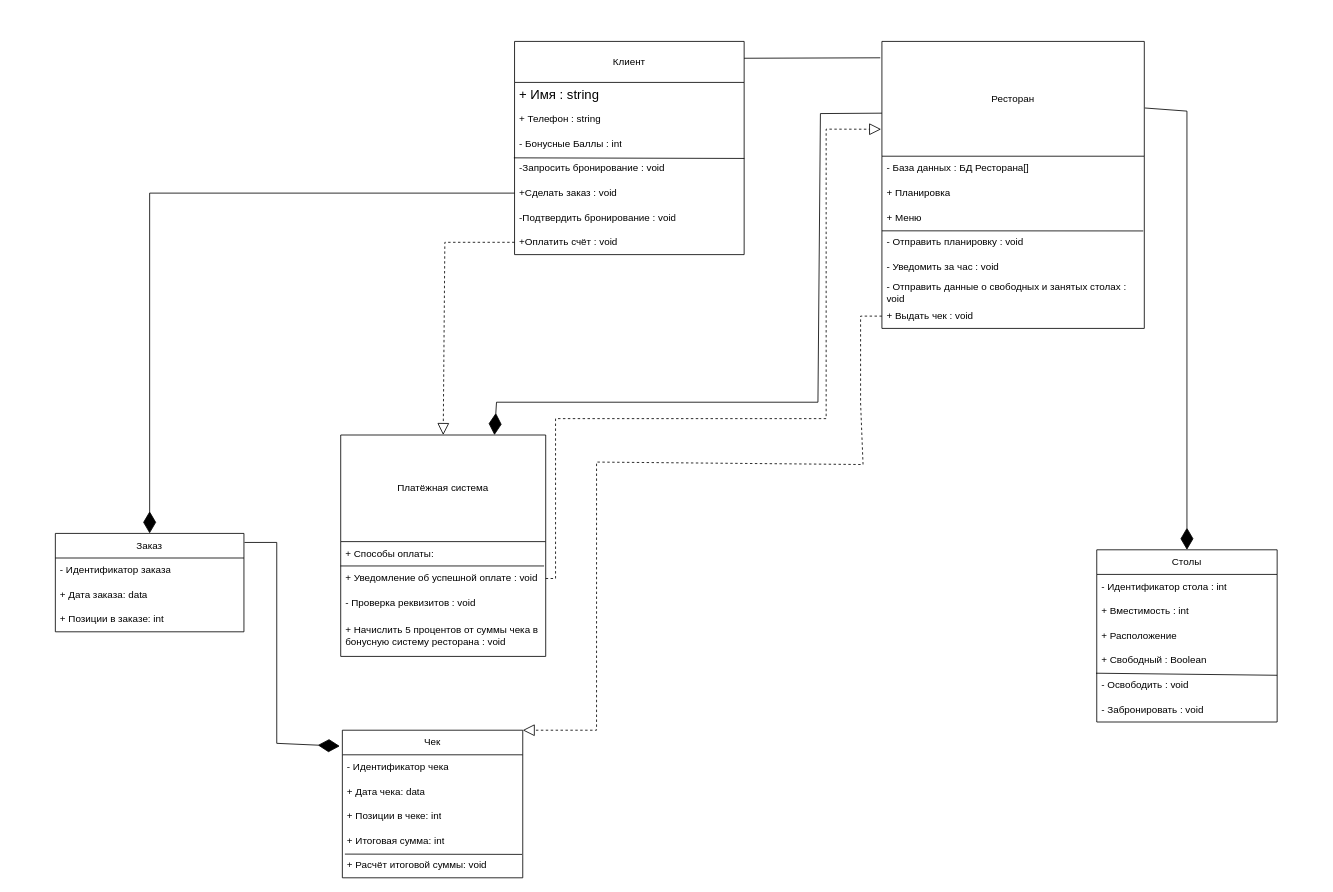
Before: Диаграмма классов.drawio in Crecker24/kursach, a draw.io diagram. Source tidied: cells renumbered, new cells numbered last; positions are measured from the earlier drawing's top-left corner, leaving out a move shared by most shapes. Both pictures are drawn from the tidied source at 82%, with x=0, y=0 at pixel (55, 41).
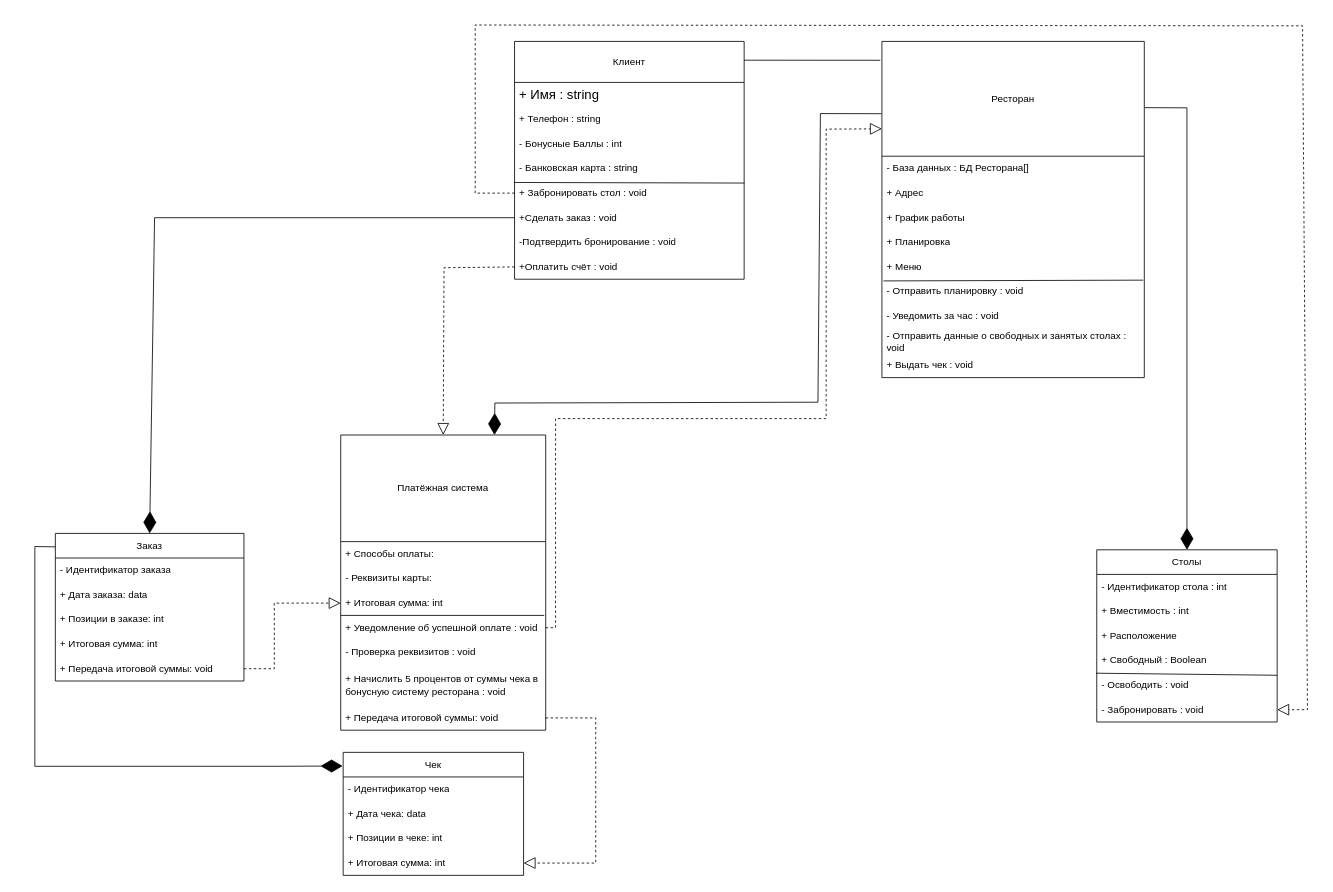
Above is the later version.

The change refers to these unchanged cells:
```xml
<mxCell id="21" value="+ Способы оплаты:" style="text;strokeColor=none;fillColor=none;align=left;verticalAlign=middle;spacingLeft=4;spacingRight=4;overflow=hidden;points=[[0,0.5],[1,0.5]];portConstraint=eastwest;whiteSpace=wrap;html=1;" parent="20" vertex="1">
  <mxGeometry y="130" width="250" height="30" as="geometry" />
</mxCell>
<mxCell id="30" value="+ Итоговая сумма: int" style="text;strokeColor=none;fillColor=none;align=left;verticalAlign=middle;spacingLeft=4;spacingRight=4;overflow=hidden;points=[[0,0.5],[1,0.5]];portConstraint=eastwest;whiteSpace=wrap;html=1;" parent="26" vertex="1">
  <mxGeometry y="120" width="220" height="30" as="geometry" />
</mxCell>
<mxCell id="33" value="Столы" style="swimlane;fontStyle=0;horizontal=1;startSize=30;whiteSpace=wrap;html=1;" parent="1" vertex="1">
  <mxGeometry x="1270" y="620" width="220" height="210" as="geometry" />
</mxCell>
<mxCell id="39" value="- Освободить : void" style="text;strokeColor=none;fillColor=none;align=left;verticalAlign=middle;spacingLeft=4;spacingRight=4;overflow=hidden;points=[[0,0.5],[1,0.5]];portConstraint=eastwest;whiteSpace=wrap;html=1;" parent="33" vertex="1">
  <mxGeometry y="150" width="220" height="30" as="geometry" />
</mxCell>
<mxCell id="40" value="- Забронировать : void" style="text;strokeColor=none;fillColor=none;align=left;verticalAlign=middle;spacingLeft=4;spacingRight=4;overflow=hidden;points=[[0,0.5],[1,0.5]];portConstraint=eastwest;whiteSpace=wrap;html=1;" parent="33" vertex="1">
  <mxGeometry y="180" width="220" height="30" as="geometry" />
</mxCell>
```

Change to the diagram source:
```diff
@@
     <mxCell id="2" value="Клиент" style="swimlane;fontStyle=0;horizontal=1;startSize=50;whiteSpace=wrap;html=1;" parent="1" vertex="1">
-      <mxGeometry x="560" width="280" height="260" as="geometry" />
+      <mxGeometry x="560" width="280" height="290" as="geometry" />
     </mxCell>
@@
-    <mxCell id="6" value="-Запросить бронирование : void" style="text;strokeColor=none;fillColor=none;align=left;verticalAlign=middle;spacingLeft=4;spacingRight=4;overflow=hidden;points=[[0,0.5],[1,0.5]];portConstraint=eastwest;whiteSpace=wrap;html=1;labelBorderColor=none;" parent="2" vertex="1">
-      <mxGeometry y="140" width="280" height="30" as="geometry" />
-    </mxCell>
+    <mxCell id="53" value="- Банковская карта : string" style="text;strokeColor=none;fillColor=none;align=left;verticalAlign=middle;spacingLeft=4;spacingRight=4;overflow=hidden;whiteSpace=wrap;html=1;" parent="2" vertex="1">
+      <mxGeometry y="140" width="280" height="30" as="geometry" />
+    </mxCell>
+    <mxCell id="54" value="+ Забронировать стол : void" style="text;strokeColor=none;fillColor=none;align=left;verticalAlign=middle;spacingLeft=4;spacingRight=4;overflow=hidden;points=[[0,0.5],[1,0.5]];portConstraint=eastwest;whiteSpace=wrap;html=1;labelBorderColor=none;" parent="2" vertex="1">
+      <mxGeometry y="170" width="280" height="30" as="geometry" />
+    </mxCell>
     <mxCell id="7" value="+Сделать заказ : void" style="text;strokeColor=none;fillColor=none;align=left;verticalAlign=middle;spacingLeft=4;spacingRight=4;overflow=hidden;points=[[0,0.5],[1,0.5]];portConstraint=eastwest;whiteSpace=wrap;html=1;" parent="2" vertex="1">
-      <mxGeometry y="170" width="280" height="30" as="geometry" />
+      <mxGeometry y="200" width="280" height="30" as="geometry" />
     </mxCell>
     <mxCell id="8" value="-Подтвердить бронирование : void" style="text;strokeColor=none;fillColor=none;align=left;verticalAlign=middle;spacingLeft=4;spacingRight=4;overflow=hidden;whiteSpace=wrap;html=1;" parent="2" vertex="1">
-      <mxGeometry y="200" width="280" height="30" as="geometry" />
+      <mxGeometry y="230" width="280" height="30" as="geometry" />
     </mxCell>
     <mxCell id="9" value="+Оплатить счёт : void" style="text;strokeColor=none;fillColor=none;align=left;verticalAlign=middle;spacingLeft=4;spacingRight=4;overflow=hidden;points=[[0,0.5],[1,0.5]];portConstraint=eastwest;whiteSpace=wrap;html=1;" parent="2" vertex="1">
-      <mxGeometry y="230" width="280" height="30" as="geometry" />
+      <mxGeometry y="260" width="280" height="30" as="geometry" />
     </mxCell>
-    <mxCell id="10" style="endArrow=none;html=1;rounded=0;entryX=1.001;entryY=0.091;entryDx=0;entryDy=0;entryPerimeter=0;exitX=-0.003;exitY=0.067;exitDx=0;exitDy=0;exitPerimeter=0;" parent="2" edge="1" source="6" target="6">
-      <mxGeometry relative="1" as="geometry" />
-    </mxCell>
+    <mxCell id="55" style="endArrow=none;html=1;rounded=0;entryX=1.001;entryY=0.091;entryDx=0;entryDy=0;entryPerimeter=0;exitX=-0.003;exitY=0.067;exitDx=0;exitDy=0;exitPerimeter=0;" parent="2" edge="1" source="54" target="54">
+      <mxGeometry relative="1" as="geometry" />
+    </mxCell>
     <mxCell id="11" value="Ресторан" style="swimlane;fontStyle=0;horizontal=1;startSize=140;whiteSpace=wrap;html=1;" parent="1" vertex="1">
-      <mxGeometry x="1008" width="320" height="350" as="geometry" />
+      <mxGeometry x="1008" width="320" height="410" as="geometry" />
     </mxCell>
@@
+    <mxCell id="56" value="+ Адрес" style="text;strokeColor=none;fillColor=none;align=left;verticalAlign=middle;spacingLeft=4;spacingRight=4;overflow=hidden;whiteSpace=wrap;html=1;" parent="11" vertex="1">
+      <mxGeometry y="170" width="320" height="30" as="geometry" />
+    </mxCell>
+    <mxCell id="57" value="+ График работы" style="text;strokeColor=none;fillColor=none;align=left;verticalAlign=middle;spacingLeft=4;spacingRight=4;overflow=hidden;whiteSpace=wrap;html=1;" parent="11" vertex="1">
+      <mxGeometry y="200" width="320" height="30" as="geometry" />
+    </mxCell>
     <mxCell id="13" value="+ Планировка" style="text;strokeColor=none;fillColor=none;align=left;verticalAlign=middle;spacingLeft=4;spacingRight=4;overflow=hidden;whiteSpace=wrap;html=1;" parent="11" vertex="1">
-      <mxGeometry y="170" width="320" height="30" as="geometry" />
+      <mxGeometry y="230" width="320" height="30" as="geometry" />
     </mxCell>
     <mxCell id="14" value="+ Меню" style="text;strokeColor=none;fillColor=none;align=left;verticalAlign=middle;spacingLeft=4;spacingRight=4;overflow=hidden;whiteSpace=wrap;html=1;" parent="11" vertex="1">
-      <mxGeometry y="200" width="320" height="30" as="geometry" />
+      <mxGeometry y="260" width="320" height="30" as="geometry" />
     </mxCell>
-    <mxCell id="15" style="endArrow=none;html=1;rounded=0;entryX=0.996;entryY=0.038;entryDx=0;entryDy=0;entryPerimeter=0;exitX=-0.003;exitY=0.067;exitDx=0;exitDy=0;exitPerimeter=0;" parent="11" edge="1" target="16">
-      <mxGeometry relative="1" as="geometry">
-        <mxPoint y="231" as="sourcePoint" />
-      </mxGeometry>
-    </mxCell>
+    <mxCell id="58" style="endArrow=none;html=1;rounded=0;entryX=0.996;entryY=0.038;entryDx=0;entryDy=0;entryPerimeter=0;exitX=0.006;exitY=0.069;exitDx=0;exitDy=0;exitPerimeter=0;" parent="11" edge="1" source="16" target="16">
+      <mxGeometry relative="1" as="geometry" />
+    </mxCell>
     <mxCell id="16" value="- Отправить планировку : void" style="text;strokeColor=none;fillColor=none;align=left;verticalAlign=middle;spacingLeft=4;spacingRight=4;overflow=hidden;points=[[0,0.5],[1,0.5]];portConstraint=eastwest;whiteSpace=wrap;html=1;" parent="11" vertex="1">
-      <mxGeometry y="230" width="320" height="30" as="geometry" />
+      <mxGeometry y="290" width="320" height="30" as="geometry" />
     </mxCell>
     <mxCell id="17" value="- Уведомить за час : void" style="text;strokeColor=none;fillColor=none;align=left;verticalAlign=middle;spacingLeft=4;spacingRight=4;overflow=hidden;whiteSpace=wrap;html=1;" parent="11" vertex="1">
-      <mxGeometry y="260" width="320" height="30" as="geometry" />
+      <mxGeometry y="320" width="320" height="30" as="geometry" />
     </mxCell>
     <mxCell id="18" value="- Отправить данные о свободных и занятых столах&amp;nbsp;: void" style="text;strokeColor=none;fillColor=none;align=left;verticalAlign=middle;spacingLeft=4;spacingRight=4;overflow=hidden;whiteSpace=wrap;html=1;" parent="11" vertex="1">
-      <mxGeometry y="290" width="320" height="30" as="geometry" />
+      <mxGeometry y="350" width="320" height="30" as="geometry" />
     </mxCell>
     <mxCell id="19" value="+ Выдать чек : void" style="text;strokeColor=none;fillColor=none;align=left;verticalAlign=middle;spacingLeft=4;spacingRight=4;overflow=hidden;points=[[0,0.5],[1,0.5]];portConstraint=eastwest;whiteSpace=wrap;html=1;" parent="11" vertex="1">
-      <mxGeometry y="320" width="320" height="30" as="geometry" />
+      <mxGeometry y="380" width="320" height="30" as="geometry" />
     </mxCell>
     <mxCell id="20" value="Платёжная система" style="swimlane;fontStyle=0;horizontal=1;startSize=130;whiteSpace=wrap;html=1;" parent="1" vertex="1">
-      <mxGeometry x="348" y="480" width="250" height="270" as="geometry" />
+      <mxGeometry x="348" y="480" width="250" height="360" as="geometry" />
     </mxCell>
@@
-    <mxCell id="22" style="endArrow=none;html=1;rounded=0;entryX=0.992;entryY=0.99;entryDx=0;entryDy=0;entryPerimeter=0;exitX=-0.001;exitY=0.99;exitDx=0;exitDy=0;exitPerimeter=0;" parent="20" edge="1" source="21" target="21">
-      <mxGeometry relative="1" as="geometry" />
-    </mxCell>
+    <mxCell id="59" value="- Реквизиты карты:" style="text;strokeColor=none;fillColor=none;align=left;verticalAlign=middle;spacingLeft=4;spacingRight=4;overflow=hidden;whiteSpace=wrap;html=1;" parent="20" vertex="1">
+      <mxGeometry y="160" width="250" height="30" as="geometry" />
+    </mxCell>
+    <mxCell id="60" value="+ Итоговая сумма: int" style="text;strokeColor=none;fillColor=none;align=left;verticalAlign=middle;spacingLeft=4;spacingRight=4;overflow=hidden;points=[[0,0.5],[1,0.5]];portConstraint=eastwest;whiteSpace=wrap;html=1;" parent="20" vertex="1">
+      <mxGeometry y="190" width="250" height="30" as="geometry" />
+    </mxCell>
+    <mxCell id="61" style="endArrow=none;html=1;rounded=0;entryX=0.992;entryY=0.99;entryDx=0;entryDy=0;entryPerimeter=0;exitX=-0.001;exitY=0.99;exitDx=0;exitDy=0;exitPerimeter=0;" parent="20" edge="1">
+      <mxGeometry relative="1" as="geometry">
+        <mxPoint y="220" as="sourcePoint" />
+        <mxPoint x="248.2" y="220" as="targetPoint" />
+      </mxGeometry>
+    </mxCell>
     <mxCell id="23" value="+ Уведомление об успешной оплате&amp;nbsp;: void" style="text;strokeColor=none;fillColor=none;align=left;verticalAlign=middle;spacingLeft=4;spacingRight=4;overflow=hidden;points=[[0,0.5],[1,0.5]];portConstraint=eastwest;whiteSpace=wrap;html=1;" parent="20" vertex="1">
-      <mxGeometry y="160" width="250" height="30" as="geometry" />
+      <mxGeometry y="220" width="250" height="30" as="geometry" />
     </mxCell>
     <mxCell id="24" value="- Проверка реквизитов&amp;nbsp;: void" style="text;strokeColor=none;fillColor=none;align=left;verticalAlign=middle;spacingLeft=4;spacingRight=4;overflow=hidden;whiteSpace=wrap;html=1;" parent="20" vertex="1">
-      <mxGeometry y="190" width="250" height="30" as="geometry" />
+      <mxGeometry y="250" width="250" height="30" as="geometry" />
     </mxCell>
     <mxCell id="25" value="+ Начислить 5 процентов от суммы чека в бонусную систему ресторана&amp;nbsp;: void" style="text;strokeColor=none;fillColor=none;align=left;verticalAlign=middle;spacingLeft=4;spacingRight=4;overflow=hidden;whiteSpace=wrap;html=1;" parent="20" vertex="1">
-      <mxGeometry y="220" width="250" height="50" as="geometry" />
+      <mxGeometry y="280" width="250" height="50" as="geometry" />
     </mxCell>
+    <mxCell id="62" value="+ Передача итоговой суммы: void" style="text;strokeColor=none;fillColor=none;align=left;verticalAlign=middle;spacingLeft=4;spacingRight=4;overflow=hidden;points=[[0,0.5],[1,0.5]];portConstraint=eastwest;whiteSpace=wrap;html=1;" parent="20" vertex="1">
+      <mxGeometry y="330" width="250" height="30" as="geometry" />
+    </mxCell>
     <mxCell id="26" value="Чек" style="swimlane;fontStyle=0;horizontal=1;startSize=30;whiteSpace=wrap;html=1;" parent="1" vertex="1">
-      <mxGeometry x="350" y="840" width="220" height="180" as="geometry" />
+      <mxGeometry x="351" y="867" width="220" height="150" as="geometry" />
     </mxCell>
@@
-    <mxCell id="31" style="endArrow=none;html=1;rounded=0;entryX=0.996;entryY=0.048;entryDx=0;entryDy=0;entryPerimeter=0;exitX=0.014;exitY=0.036;exitDx=0;exitDy=0;exitPerimeter=0;" parent="26" edge="1" source="32" target="32">
-      <mxGeometry relative="1" as="geometry" />
-    </mxCell>
-    <mxCell id="32" value="+ Расчёт итоговой суммы: void" style="text;strokeColor=none;fillColor=none;align=left;verticalAlign=middle;spacingLeft=4;spacingRight=4;overflow=hidden;points=[[0,0.5],[1,0.5]];portConstraint=eastwest;whiteSpace=wrap;html=1;" parent="26" vertex="1">
-      <mxGeometry y="150" width="220" height="30" as="geometry" />
-    </mxCell>
@@
-    <mxCell id="38" style="endArrow=none;html=1;rounded=0;entryX=1.001;entryY=0.091;entryDx=0;entryDy=0;entryPerimeter=0;exitX=-0.004;exitY=0.016;exitDx=0;exitDy=0;exitPerimeter=0;" parent="33" edge="1" source="39">
-      <mxGeometry relative="1" as="geometry">
-        <mxPoint x="220" y="153" as="targetPoint" />
-      </mxGeometry>
-    </mxCell>
+    <mxCell id="63" style="endArrow=none;html=1;rounded=0;entryX=1.001;entryY=0.091;entryDx=0;entryDy=0;entryPerimeter=0;exitX=-0.004;exitY=0.016;exitDx=0;exitDy=0;exitPerimeter=0;" parent="33" edge="1" source="39">
+      <mxGeometry relative="1" as="geometry">
+        <mxPoint x="220" y="153" as="targetPoint" />
+      </mxGeometry>
+    </mxCell>
@@
     <mxCell id="41" value="Заказ" style="swimlane;fontStyle=0;horizontal=1;startSize=30;whiteSpace=wrap;html=1;" parent="1" vertex="1">
-      <mxGeometry y="600" width="230" height="120" as="geometry" />
+      <mxGeometry y="600" width="230" height="180" as="geometry" />
     </mxCell>
@@
-    <mxCell id="45" style="endArrow=none;html=1;rounded=0;exitX=1;exitY=0.079;exitDx=0;exitDy=0;exitPerimeter=0;" parent="1" edge="1" source="2">
-      <mxGeometry relative="1" as="geometry">
-        <mxPoint x="1006" y="20" as="targetPoint" />
-      </mxGeometry>
-    </mxCell>
+    <mxCell id="64" value="+ Итоговая сумма: int" style="text;strokeColor=none;fillColor=none;align=left;verticalAlign=middle;spacingLeft=4;spacingRight=4;overflow=hidden;whiteSpace=wrap;html=1;" parent="41" vertex="1">
+      <mxGeometry y="120" width="230" height="30" as="geometry" />
+    </mxCell>
+    <mxCell id="65" value="+ Передача итоговой суммы: void" style="text;strokeColor=none;fillColor=none;align=left;verticalAlign=middle;spacingLeft=4;spacingRight=4;overflow=hidden;whiteSpace=wrap;html=1;" parent="41" vertex="1">
+      <mxGeometry y="150" width="230" height="30" as="geometry" />
+    </mxCell>
+    <mxCell id="66" style="endArrow=block;dashed=1;endFill=0;endSize=12;html=1;rounded=0;entryX=0;entryY=0.5;entryDx=0;entryDy=0;" parent="41" edge="1" target="60">
+      <mxGeometry relative="1" as="geometry">
+        <mxPoint x="230" y="165" as="sourcePoint" />
+        <Array as="points">
+          <mxPoint x="267" y="165" />
+          <mxPoint x="267" y="85" />
+        </Array>
+      </mxGeometry>
+    </mxCell>
+    <mxCell id="67" style="endArrow=none;html=1;rounded=0;exitX=1;exitY=0.079;exitDx=0;exitDy=0;exitPerimeter=0;" parent="1" edge="1" source="2">
+      <mxGeometry relative="1" as="geometry">
+        <mxPoint x="1006" y="23" as="targetPoint" />
+      </mxGeometry>
+    </mxCell>
-    <mxCell id="46" style="endArrow=diamondThin;endFill=1;endSize=24;html=1;rounded=0;exitX=1.002;exitY=0.232;exitDx=0;exitDy=0;entryX=0.5;entryY=0;entryDx=0;entryDy=0;exitPerimeter=0;" parent="1" edge="1" source="11" target="33">
+    <mxCell id="46" style="endArrow=diamondThin;endFill=1;endSize=24;html=1;rounded=0;exitX=1.002;exitY=0.197;exitDx=0;exitDy=0;entryX=0.5;entryY=0;entryDx=0;entryDy=0;exitPerimeter=0;" parent="1" edge="1" source="11" target="33">
       <mxGeometry relative="1" as="geometry">
         <Array as="points">
-          <mxPoint x="1380" y="85" />
+          <mxPoint x="1380" y="81" />
         </Array>
       </mxGeometry>
     </mxCell>
-    <mxCell id="47" style="endArrow=diamondThin;endFill=1;endSize=24;html=1;rounded=0;exitX=1.003;exitY=0.092;exitDx=0;exitDy=0;exitPerimeter=0;entryX=-0.014;entryY=0.108;entryDx=0;entryDy=0;entryPerimeter=0;" parent="1" edge="1" source="41" target="26">
+    <mxCell id="47" style="endArrow=diamondThin;endFill=1;endSize=24;html=1;rounded=0;exitX=0;exitY=0.091;exitDx=0;exitDy=0;exitPerimeter=0;entryX=-0.003;entryY=0.111;entryDx=0;entryDy=0;entryPerimeter=0;" parent="1" edge="1" source="41" target="26">
       <mxGeometry relative="1" as="geometry">
         <Array as="points">
-          <mxPoint x="270" y="611" />
-          <mxPoint x="270" y="856" />
+          <mxPoint x="-25" y="616" />
+          <mxPoint x="-25" y="884" />
+          <mxPoint x="274" y="884" />
         </Array>
       </mxGeometry>
     </mxCell>
     <mxCell id="48" style="endArrow=diamondThin;endFill=1;endSize=24;html=1;rounded=0;exitX=0;exitY=0.5;exitDx=0;exitDy=0;entryX=0.5;entryY=0;entryDx=0;entryDy=0;" parent="1" edge="1" source="7" target="41">
       <mxGeometry relative="1" as="geometry">
         <Array as="points">
-          <mxPoint x="115" y="185" />
+          <mxPoint x="121" y="215" />
         </Array>
       </mxGeometry>
     </mxCell>
-    <mxCell id="49" style="endArrow=diamondThin;endFill=1;endSize=24;html=1;rounded=0;exitX=0;exitY=0.25;exitDx=0;exitDy=0;entryX=0.75;entryY=0;entryDx=0;entryDy=0;" parent="1" edge="1" source="11" target="20">
+    <mxCell id="49" style="endArrow=diamondThin;endFill=1;endSize=24;html=1;rounded=0;entryX=0.75;entryY=0;entryDx=0;entryDy=0;exitX=-0.002;exitY=0.215;exitDx=0;exitDy=0;exitPerimeter=0;" parent="1" edge="1" source="11" target="20">
       <mxGeometry relative="1" as="geometry">
         <Array as="points">
           <mxPoint x="933" y="88" />
           <mxPoint x="930" y="440" />
-          <mxPoint x="538" y="440" />
+          <mxPoint x="536" y="441" />
         </Array>
       </mxGeometry>
     </mxCell>
     <mxCell id="50" style="endArrow=block;dashed=1;endFill=0;endSize=12;html=1;rounded=0;entryX=0.5;entryY=0;entryDx=0;entryDy=0;exitX=0;exitY=0.5;exitDx=0;exitDy=0;" parent="1" edge="1" source="9" target="20">
       <mxGeometry relative="1" as="geometry">
         <Array as="points">
-          <mxPoint x="475" y="245" />
+          <mxPoint x="474" y="276" />
         </Array>
       </mxGeometry>
     </mxCell>
-    <mxCell id="51" style="endArrow=block;dashed=1;endFill=0;endSize=12;html=1;rounded=0;exitX=0;exitY=0.5;exitDx=0;exitDy=0;entryX=1;entryY=0;entryDx=0;entryDy=0;" parent="1" edge="1" source="19" target="26">
-      <mxGeometry relative="1" as="geometry">
-        <Array as="points">
-          <mxPoint x="982" y="335" />
-          <mxPoint x="982" y="441" />
-          <mxPoint x="985" y="516" />
-          <mxPoint x="660" y="513" />
-          <mxPoint x="660" y="840" />
-        </Array>
-      </mxGeometry>
-    </mxCell>
-    <mxCell id="52" style="endArrow=block;dashed=1;endFill=0;endSize=12;html=1;rounded=0;entryX=-0.003;entryY=0.306;entryDx=0;entryDy=0;exitX=1;exitY=0.5;exitDx=0;exitDy=0;entryPerimeter=0;" parent="1" edge="1" source="23" target="11">
+    <mxCell id="52" style="endArrow=block;dashed=1;endFill=0;endSize=12;html=1;rounded=0;exitX=1;exitY=0.5;exitDx=0;exitDy=0;entryX=0;entryY=0.26;entryDx=0;entryDy=0;entryPerimeter=0;" parent="1" edge="1" source="23" target="11">
       <mxGeometry relative="1" as="geometry">
         <Array as="points">
-          <mxPoint x="610" y="655" />
+          <mxPoint x="610" y="715" />
           <mxPoint x="610" y="460" />
           <mxPoint x="940" y="460" />
           <mxPoint x="940" y="107" />
         </Array>
       </mxGeometry>
     </mxCell>
+    <mxCell id="68" style="endArrow=block;dashed=1;endFill=0;endSize=12;html=1;rounded=0;exitX=1;exitY=0.5;exitDx=0;exitDy=0;entryX=1;entryY=0.5;entryDx=0;entryDy=0;" parent="1" edge="1" source="62" target="30">
+      <mxGeometry relative="1" as="geometry">
+        <Array as="points">
+          <mxPoint x="659" y="825" />
+          <mxPoint x="659" y="1002" />
+        </Array>
+      </mxGeometry>
+    </mxCell>
+    <mxCell id="69" style="endArrow=block;dashed=1;endFill=0;endSize=12;html=1;rounded=0;exitX=0;exitY=0.5;exitDx=0;exitDy=0;entryX=1;entryY=0.5;entryDx=0;entryDy=0;" parent="1" edge="1" source="54" target="40">
+      <mxGeometry relative="1" as="geometry">
+        <Array as="points">
+          <mxPoint x="512" y="185" />
+          <mxPoint x="512" y="-20" />
+          <mxPoint x="1521" y="-19" />
+          <mxPoint x="1527" y="815" />
+        </Array>
+      </mxGeometry>
+    </mxCell>
```
